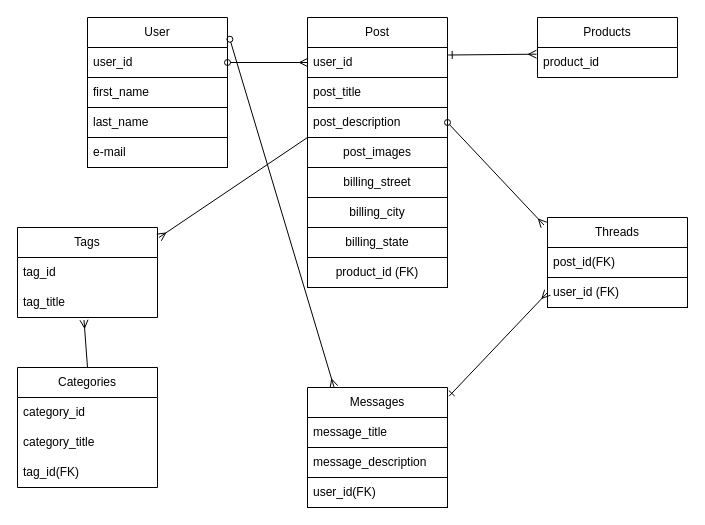
Before: db/erd.drawio in IvySMac/Project-2, a draw.io diagram. Source tidied: cells renumbered, new cells numbered last; positions are measured from the earlier drawing's top-left corner, leaving out a move shared by most shapes. Both pictures are drawn from the tidied source at 100%, with x=0, y=0 at pixel (17, 17).
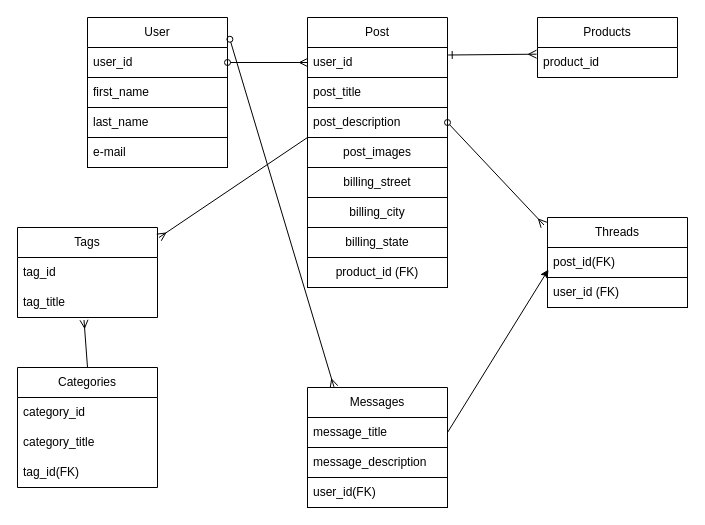
The same diagram, later.

The change refers to these unchanged cells:
```xml
<mxCell id="19" value="post_id(FK)" style="text;strokeColor=default;fillColor=none;align=left;verticalAlign=middle;spacingLeft=4;spacingRight=4;overflow=hidden;points=[[0,0.5],[1,0.5]];portConstraint=eastwest;whiteSpace=wrap;html=1;" parent="18" vertex="1">
  <mxGeometry y="30" width="140" height="30" as="geometry" />
</mxCell>
<mxCell id="20" value="Messages" style="swimlane;fontStyle=0;horizontal=1;startSize=30;whiteSpace=wrap;html=1;" parent="1" vertex="1">
  <mxGeometry x="290" y="370" width="140" height="90" as="geometry" />
</mxCell>
<mxCell id="21" value="message_title" style="text;strokeColor=default;fillColor=none;align=left;verticalAlign=middle;spacingLeft=4;spacingRight=4;overflow=hidden;points=[[0,0.5],[1,0.5]];portConstraint=eastwest;whiteSpace=wrap;html=1;" parent="20" vertex="1">
  <mxGeometry y="30" width="140" height="30" as="geometry" />
</mxCell>
<mxCell id="37" value="user_id (FK)" style="text;strokeColor=default;fillColor=none;align=left;verticalAlign=middle;spacingLeft=4;spacingRight=4;overflow=hidden;points=[[0,0.5],[1,0.5]];portConstraint=eastwest;whiteSpace=wrap;html=1;" parent="1" vertex="1">
  <mxGeometry x="530" y="260" width="140" height="30" as="geometry" />
</mxCell>
```

Diff of the diagram source:
```diff
@@
-    <mxCell id="35" style="endArrow=ERmany;html=1;sketch=0;entryX=0;entryY=0.5;entryDx=0;entryDy=0;endFill=0;startArrow=ERone;startFill=0;exitX=1.011;exitY=0.097;exitDx=0;exitDy=0;exitPerimeter=0;" parent="1" edge="1" source="20" target="37">
-      <mxGeometry relative="1" as="geometry" />
-    </mxCell>
@@
+    <mxCell id="40" style="edgeStyle=none;html=1;entryX=0.007;entryY=0.733;entryDx=0;entryDy=0;entryPerimeter=0;exitX=1;exitY=0.5;exitDx=0;exitDy=0;" parent="1" edge="1" source="21" target="19">
+      <mxGeometry relative="1" as="geometry" />
+    </mxCell>
```
